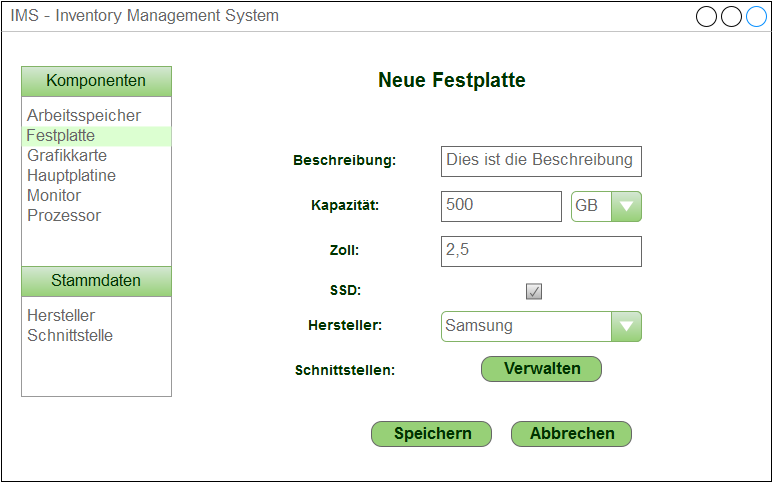
This is Doku/Mockups/mockup_new.png from DarksideCode/Inventory-Management-System, a draw.io export, as it was before one commit. Source tidied: cells renumbered, new cells last; positions are measured from the earlier drawing's top-left corner, leaving out a move shared by most shapes.
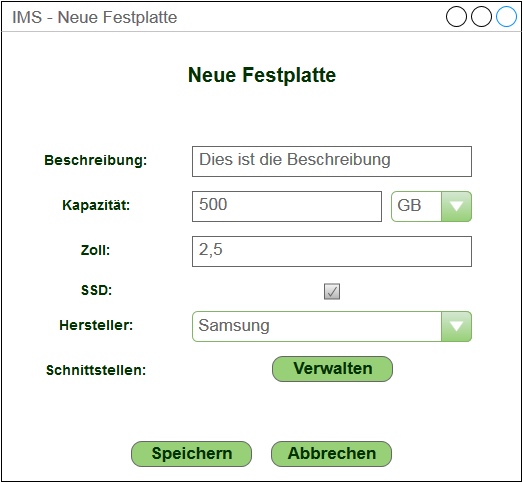
Later version of the same file.

Diff of the diagram source:
```diff
@@ -2,62 +2,26 @@
   <root>
     <mxCell id="0" />
     <mxCell id="1" parent="0" />
-    <mxCell id="2" value="IMS - Inventory Management System&lt;br&gt;" style="strokeWidth=1;shadow=0;dashed=0;align=center;html=1;shape=mxgraph.mockup.containers.window;align=left;verticalAlign=top;spacingLeft=8;strokeColor2=#008cff;strokeColor3=#c4c4c4;fontColor=#666666;fillColor=#ffffff;mainText=;fontSize=17;" parent="1" vertex="1">
-      <mxGeometry width="770" height="480" as="geometry" />
+    <mxCell id="2" value="IMS - Neue Festplatte&lt;br&gt;" style="strokeWidth=1;shadow=0;dashed=0;align=center;html=1;shape=mxgraph.mockup.containers.window;align=left;verticalAlign=top;spacingLeft=8;strokeColor2=#008cff;strokeColor3=#c4c4c4;fontColor=#666666;fillColor=#ffffff;mainText=;fontSize=17;" parent="1" vertex="1">
+      <mxGeometry x="249" width="520" height="480" as="geometry" />
     </mxCell>
     <mxCell id="3" value="&lt;font style=&quot;font-size: 15px&quot;&gt;&lt;b&gt;&lt;font style=&quot;font-size: 20px&quot;&gt;Neue Festplatte&lt;/font&gt;&lt;/b&gt;&lt;/font&gt;" style="text;html=1;strokeColor=none;fillColor=none;align=center;verticalAlign=middle;whiteSpace=wrap;overflow=hidden;rounded=0;glass=0;fontColor=#003300;" parent="1" vertex="1">
-      <mxGeometry x="350" y="65" width="200" height="30" as="geometry" />
+      <mxGeometry x="409" y="60" width="200" height="30" as="geometry" />
     </mxCell>
-    <mxCell id="4" value="Komponenten" style="strokeWidth=1;shadow=0;dashed=0;align=center;html=1;shape=mxgraph.mockup.forms.rrect;rSize=0;fontColor=#003300;fontSize=17;plain-green;" parent="1" vertex="1">
-      <mxGeometry x="20" y="65" width="150" height="30" as="geometry" />
-    </mxCell>
-    <mxCell id="5" style="strokeWidth=1;shadow=0;dashed=0;align=center;html=1;shape=mxgraph.mockup.forms.rrect;rSize=0;strokeColor=#999999;fillColor=#ffffff;" parent="1" vertex="1">
-      <mxGeometry x="20" y="95" width="150" height="170" as="geometry" />
-    </mxCell>
-    <mxCell id="6" value="Arbeitsspeicher" style="strokeWidth=1;shadow=0;dashed=0;align=center;html=1;shape=mxgraph.mockup.forms.anchor;fontSize=17;fontColor=#666666;align=left;spacingLeft=5;" parent="5" vertex="1">
-      <mxGeometry y="10" width="150" height="20" as="geometry" />
-    </mxCell>
-    <mxCell id="7" value="Hauptplatine" style="strokeWidth=1;shadow=0;dashed=0;align=center;html=1;shape=mxgraph.mockup.forms.anchor;fontSize=17;fontColor=#666666;align=left;spacingLeft=5;" parent="5" vertex="1">
-      <mxGeometry y="70" width="150" height="20" as="geometry" />
-    </mxCell>
-    <mxCell id="8" value="Prozessor" style="strokeWidth=1;shadow=0;dashed=0;align=center;html=1;shape=mxgraph.mockup.forms.anchor;fontSize=17;fontColor=#666666;align=left;spacingLeft=5;" parent="5" vertex="1">
-      <mxGeometry y="110" width="150" height="20" as="geometry" />
-    </mxCell>
-    <mxCell id="9" value="Festplatte" style="strokeWidth=1;shadow=0;dashed=0;align=center;html=1;shape=mxgraph.mockup.forms.rrect;rSize=0;fontSize=17;fontColor=#666666;align=left;spacingLeft=5;fillColor=#DCFFD1;strokeColor=none;" parent="5" vertex="1">
-      <mxGeometry y="30" width="150" height="20" as="geometry" />
-    </mxCell>
-    <mxCell id="10" value="Grafikkarte" style="strokeWidth=1;shadow=0;dashed=0;align=center;html=1;shape=mxgraph.mockup.forms.anchor;fontSize=17;fontColor=#666666;align=left;spacingLeft=5;" parent="5" vertex="1">
-      <mxGeometry y="50" width="150" height="20" as="geometry" />
-    </mxCell>
-    <mxCell id="11" value="Stammdaten" style="strokeWidth=1;shadow=0;dashed=0;align=center;html=1;shape=mxgraph.mockup.forms.rrect;rSize=0;fontColor=#003300;fontSize=17;plain-green;" parent="1" vertex="1">
-      <mxGeometry x="20" y="265" width="150" height="30" as="geometry" />
-    </mxCell>
-    <mxCell id="12" value="Monitor" style="strokeWidth=1;shadow=0;dashed=0;align=center;html=1;shape=mxgraph.mockup.forms.anchor;fontSize=17;fontColor=#666666;align=left;spacingLeft=5;" parent="1" vertex="1">
-      <mxGeometry x="20" y="185" width="150" height="20" as="geometry" />
-    </mxCell>
-    <mxCell id="13" style="strokeWidth=1;shadow=0;dashed=0;align=center;html=1;shape=mxgraph.mockup.forms.rrect;rSize=0;strokeColor=#999999;fillColor=#ffffff;" parent="1" vertex="1">
-      <mxGeometry x="20" y="295" width="150" height="100" as="geometry" />
-    </mxCell>
-    <mxCell id="14" value="Hersteller" style="strokeWidth=1;shadow=0;dashed=0;align=center;html=1;shape=mxgraph.mockup.forms.anchor;fontSize=17;fontColor=#666666;align=left;spacingLeft=5;" parent="1" vertex="1">
-      <mxGeometry x="20" y="305" width="150" height="20" as="geometry" />
-    </mxCell>
-    <mxCell id="15" value="Schnittstelle" style="strokeWidth=1;shadow=0;dashed=0;align=center;html=1;shape=mxgraph.mockup.forms.anchor;fontSize=17;fontColor=#666666;align=left;spacingLeft=5;" parent="1" vertex="1">
-      <mxGeometry x="20" y="325" width="150" height="20" as="geometry" />
-    </mxCell>
     <mxCell id="16" value="Dies ist die Beschreibung&lt;br&gt;" style="strokeWidth=1;shadow=0;dashed=0;align=center;html=1;shape=mxgraph.mockup.text.textBox;fillColor=#ffffff;fontColor=#666666;align=left;fontSize=17;spacingLeft=4;spacingTop=-3;strokeColor=#666666;mainText=;rounded=0;glass=0;" parent="1" vertex="1">
-      <mxGeometry x="440" y="145" width="200" height="30" as="geometry" />
+      <mxGeometry x="440" y="145" width="279" height="30" as="geometry" />
     </mxCell>
     <mxCell id="17" value="Beschreibung:" style="text;html=1;strokeColor=none;fillColor=none;align=center;verticalAlign=middle;whiteSpace=wrap;overflow=hidden;rounded=0;glass=0;fontColor=#003300;fontStyle=1;fontSize=14;" parent="1" vertex="1">
       <mxGeometry x="285" y="150" width="115" height="20" as="geometry" />
     </mxCell>
     <mxCell id="18" value="&lt;div align=&quot;center&quot;&gt;500&lt;/div&gt;" style="strokeWidth=1;shadow=0;dashed=0;align=center;html=1;shape=mxgraph.mockup.text.textBox;fillColor=#ffffff;fontColor=#666666;align=left;fontSize=17;spacingLeft=4;spacingTop=-3;strokeColor=#666666;mainText=;rounded=0;glass=0;" parent="1" vertex="1">
-      <mxGeometry x="440" y="190" width="120" height="30" as="geometry" />
+      <mxGeometry x="440" y="190" width="189" height="30" as="geometry" />
     </mxCell>
     <mxCell id="19" value="Kapazität:" style="text;html=1;strokeColor=none;fillColor=none;align=center;verticalAlign=middle;whiteSpace=wrap;overflow=hidden;rounded=0;glass=0;fontColor=#003300;fontStyle=1;fontSize=14;" parent="1" vertex="1">
       <mxGeometry x="285" y="195" width="115" height="20" as="geometry" />
     </mxCell>
     <mxCell id="20" value="2,5" style="strokeWidth=1;shadow=0;dashed=0;align=center;html=1;shape=mxgraph.mockup.text.textBox;fillColor=#ffffff;fontColor=#666666;align=left;fontSize=17;spacingLeft=4;spacingTop=-3;strokeColor=#666666;mainText=;rounded=0;glass=0;" parent="1" vertex="1">
-      <mxGeometry x="440" y="235" width="200" height="30" as="geometry" />
+      <mxGeometry x="440" y="235" width="279" height="30" as="geometry" />
     </mxCell>
     <mxCell id="21" value="Zoll:" style="text;html=1;strokeColor=none;fillColor=none;align=center;verticalAlign=middle;whiteSpace=wrap;overflow=hidden;rounded=0;glass=0;fontColor=#003300;fontStyle=1;fontSize=14;" parent="1" vertex="1">
       <mxGeometry x="285" y="240" width="115" height="20" as="geometry" />
@@ -66,28 +30,28 @@
       <mxGeometry x="285" y="280" width="115" height="20" as="geometry" />
     </mxCell>
     <mxCell id="23" style="strokeWidth=1;shadow=0;dashed=0;align=center;html=1;shape=mxgraph.mockup.forms.checkbox;rSize=0;plain-gray;" parent="1" vertex="1">
-      <mxGeometry x="525" y="282.5" width="15" height="15" as="geometry" />
+      <mxGeometry x="572" y="282.5" width="15" height="15" as="geometry" />
     </mxCell>
     <mxCell id="24" value="Speichern" style="strokeWidth=1;shadow=0;dashed=0;align=center;html=1;shape=mxgraph.mockup.buttons.button;strokeColor=#666666;fontColor=#003300;mainText=;buttonStyle=round;fontSize=17;fontStyle=1;fillColor=#97D077;whiteSpace=wrap;rounded=0;glass=0;" parent="1" vertex="1">
-      <mxGeometry x="370" y="420" width="120" height="25" as="geometry" />
+      <mxGeometry x="379" y="440" width="120" height="25" as="geometry" />
     </mxCell>
     <mxCell id="25" value="Abbrechen" style="strokeWidth=1;shadow=0;dashed=0;align=center;html=1;shape=mxgraph.mockup.buttons.button;strokeColor=#666666;fontColor=#003300;mainText=;buttonStyle=round;fontSize=17;fontStyle=1;fillColor=#97D077;whiteSpace=wrap;rounded=0;glass=0;" parent="1" vertex="1">
-      <mxGeometry x="510" y="420" width="120" height="25" as="geometry" />
+      <mxGeometry x="519" y="440" width="120" height="25" as="geometry" />
     </mxCell>
     <mxCell id="26" value="GB" style="strokeWidth=1;shadow=0;dashed=0;align=center;html=1;shape=mxgraph.mockup.forms.comboBox;align=left;fillColor2=#97D077;mainText=;fontColor=#666666;fontSize=17;spacingLeft=3;rounded=0;glass=0;plain-green;" parent="1" vertex="1">
-      <mxGeometry x="570" y="190" width="70" height="30" as="geometry" />
+      <mxGeometry x="639" y="190" width="80" height="30" as="geometry" />
     </mxCell>
     <mxCell id="27" value="Schnittstellen:" style="text;html=1;strokeColor=none;fillColor=none;align=center;verticalAlign=middle;whiteSpace=wrap;overflow=hidden;rounded=0;glass=0;fontColor=#003300;fontStyle=1;fontSize=14;" parent="1" vertex="1">
       <mxGeometry x="285" y="360" width="115" height="20" as="geometry" />
     </mxCell>
     <mxCell id="28" value="Samsung" style="strokeWidth=1;shadow=0;dashed=0;align=center;html=1;shape=mxgraph.mockup.forms.comboBox;align=left;fillColor2=#97D077;mainText=;fontColor=#666666;fontSize=17;spacingLeft=3;rounded=0;glass=0;plain-green;" parent="1" vertex="1">
-      <mxGeometry x="440" y="310" width="200" height="30" as="geometry" />
+      <mxGeometry x="440" y="310" width="279" height="30" as="geometry" />
     </mxCell>
     <mxCell id="29" value="Hersteller:" style="text;html=1;strokeColor=none;fillColor=none;align=center;verticalAlign=middle;whiteSpace=wrap;overflow=hidden;rounded=0;glass=0;fontColor=#003300;fontStyle=1;fontSize=14;" parent="1" vertex="1">
       <mxGeometry x="285" y="315" width="115" height="20" as="geometry" />
     </mxCell>
     <mxCell id="30" value="Verwalten" style="strokeWidth=1;shadow=0;dashed=0;align=center;html=1;shape=mxgraph.mockup.buttons.button;strokeColor=#666666;fontColor=#003300;mainText=;buttonStyle=round;fontSize=17;fontStyle=1;fillColor=#97D077;whiteSpace=wrap;rounded=0;glass=0;" parent="1" vertex="1">
-      <mxGeometry x="480" y="355" width="120" height="25" as="geometry" />
+      <mxGeometry x="520" y="355" width="120" height="25" as="geometry" />
     </mxCell>
   </root>
 </mxGraphModel>
```
